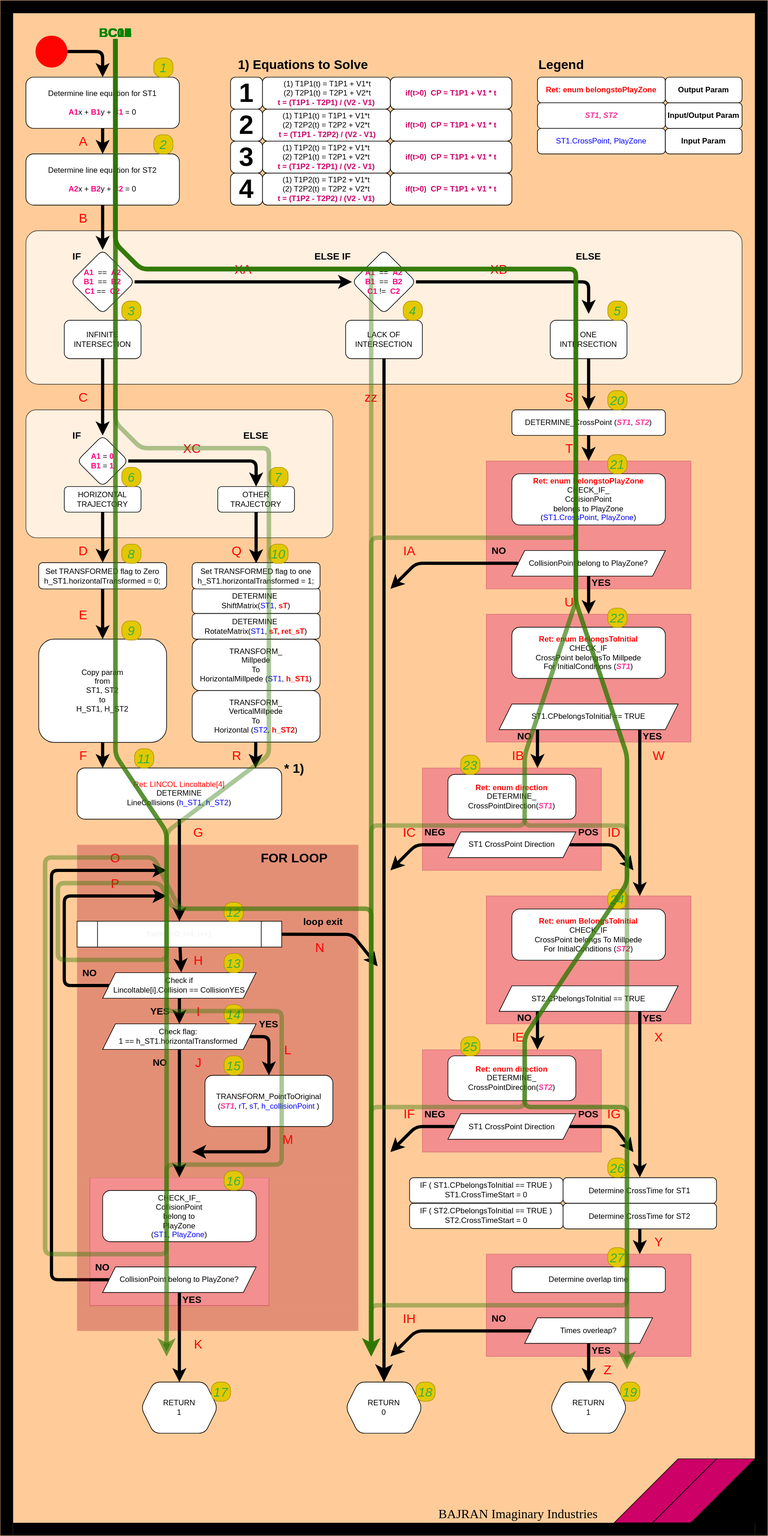
This is 70_Documentation/MainAlgorithm_BC.drawio.svg from bajraan/MWP3_2C1---Stonogi, a draw.io export, as it was before one commit. Source tidied: cells renumbered, new cells last; positions are measured from the earlier drawing's top-left corner, leaving out a move shared by most shapes.
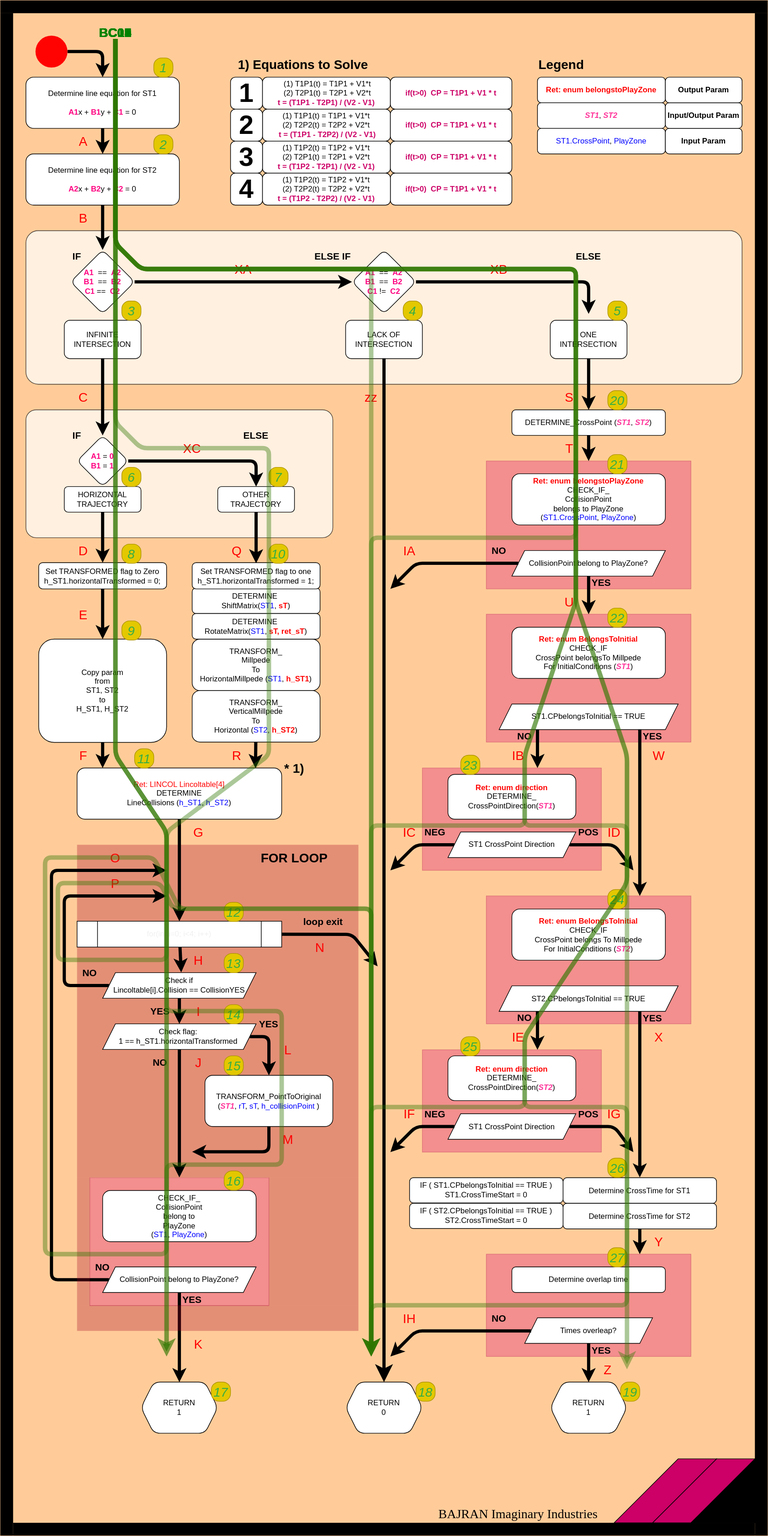
The same diagram one commit later.

Change to the diagram source:
```diff
@@ -872,7 +872,7 @@
     </mxCell>
     <mxCell id="241" style="edgeStyle=none;html=1;fontColor=#000000;startSize=6;endSize=6;targetPerimeterSpacing=0;strokeColor=#2D7600;strokeWidth=7;fillColor=#60a917;opacity=40;exitX=0.5;exitY=1;exitDx=0;exitDy=0;" parent="239" edge="1" source="240">
       <mxGeometry relative="1" as="geometry">
-        <mxPoint x="980" y="2140" as="targetPoint" />
+        <mxPoint x="580" y="2120" as="targetPoint" />
         <Array as="points">
           <mxPoint x="180" y="380" />
           <mxPoint x="220" y="420" />
@@ -882,7 +882,8 @@
           <mxPoint x="820" y="1180" />
           <mxPoint x="820" y="1290" />
           <mxPoint x="980" y="1290" />
-          <mxPoint x="980" y="1760" />
+          <mxPoint x="980" y="2040" />
+          <mxPoint x="580" y="2040" />
         </Array>
       </mxGeometry>
     </mxCell>
@@ -908,34 +909,10 @@
       </mxGeometry>
     </mxCell>
     <mxCell id="245" value="BC11" parent="0" />
-    <mxCell id="246" value="&lt;font color=&quot;#008200&quot;&gt;&lt;b&gt;BC11&lt;/b&gt;&lt;/font&gt;" style="text;html=1;strokeColor=none;fillColor=none;align=center;verticalAlign=middle;whiteSpace=wrap;rounded=0;fillStyle=solid;fontSize=20;fontColor=#FF0000;opacity=40;" parent="245" vertex="1">
-      <mxGeometry x="150" y="40" width="60" height="20" as="geometry" />
-    </mxCell>
-    <mxCell id="247" style="edgeStyle=none;html=1;fontColor=#000000;startSize=6;endSize=6;targetPerimeterSpacing=0;strokeColor=#2D7600;strokeWidth=7;fillColor=#60a917;opacity=40;exitX=0.5;exitY=1;exitDx=0;exitDy=0;" parent="245" edge="1" source="246">
-      <mxGeometry relative="1" as="geometry">
-        <mxPoint x="580" y="2120" as="targetPoint" />
-        <Array as="points">
-          <mxPoint x="180" y="380" />
-          <mxPoint x="220" y="420" />
-          <mxPoint x="900" y="420" />
-          <mxPoint x="900" y="620" />
-          <mxPoint x="900" y="940" />
-          <mxPoint x="980" y="1180" />
-          <mxPoint x="980" y="1380" />
-          <mxPoint x="820" y="1620" />
-          <mxPoint x="820" y="1730" />
-          <mxPoint x="980" y="1730" />
-          <mxPoint x="980" y="1940" />
-          <mxPoint x="980" y="2040" />
-          <mxPoint x="580" y="2040" />
-        </Array>
-      </mxGeometry>
-    </mxCell>
-    <mxCell id="248" value="BC12" parent="0" />
-    <mxCell id="249" value="&lt;font color=&quot;#008200&quot;&gt;&lt;b&gt;BC12&lt;/b&gt;&lt;/font&gt;" style="text;html=1;strokeColor=none;fillColor=none;align=center;verticalAlign=middle;whiteSpace=wrap;rounded=0;fillStyle=solid;fontSize=20;fontColor=#FF0000;opacity=40;" parent="248" vertex="1">
+    <mxCell id="249" value="&lt;font color=&quot;#008200&quot;&gt;&lt;b&gt;BC11&lt;/b&gt;&lt;/font&gt;" style="text;html=1;strokeColor=none;fillColor=none;align=center;verticalAlign=middle;whiteSpace=wrap;rounded=0;fillStyle=solid;fontSize=20;fontColor=#FF0000;opacity=40;" parent="245" vertex="1">
       <mxGeometry x="150" y="40" width="60" height="20" as="geometry" />
     </mxCell>
-    <mxCell id="250" style="edgeStyle=none;html=1;fontColor=#000000;startSize=6;endSize=6;targetPerimeterSpacing=0;strokeColor=#2D7600;strokeWidth=7;fillColor=#60a917;opacity=40;exitX=0.5;exitY=1;exitDx=0;exitDy=0;" parent="248" edge="1" source="249">
+    <mxCell id="250" style="edgeStyle=none;html=1;fontColor=#000000;startSize=6;endSize=6;targetPerimeterSpacing=0;strokeColor=#2D7600;strokeWidth=7;fillColor=#60a917;opacity=40;exitX=0.5;exitY=1;exitDx=0;exitDy=0;" parent="245" edge="1" source="249">
       <mxGeometry relative="1" as="geometry">
         <mxPoint x="980" y="2140" as="targetPoint" />
         <Array as="points">
```
